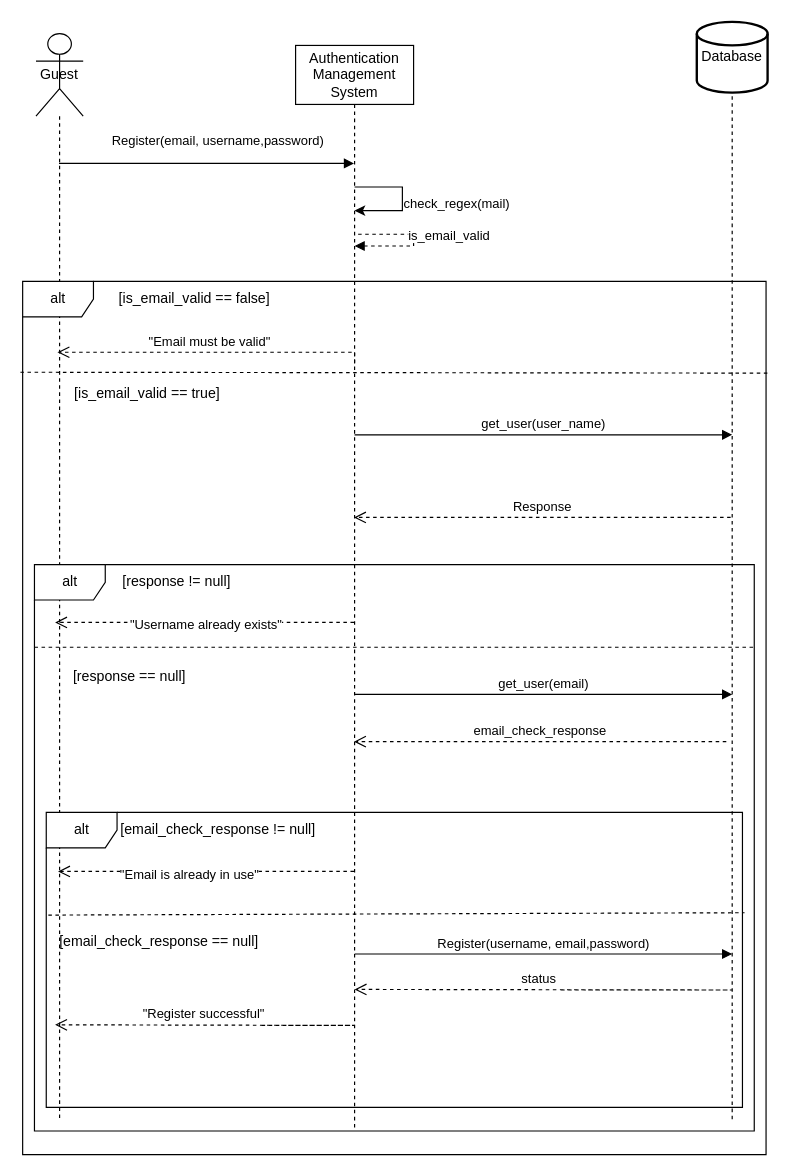
Above: page "Register" (3 of 3) of resources/diagrams/sequence/authentication_sequence.drawio in bounswe/bounswe2023group4 (draw.io), before the change. Source tidied: cells renumbered, new cells numbered last; positions are measured from the earlier drawing's top-left corner, leaving out a move shared by most shapes. Both pictures are drawn from the tidied source at 118%, with x=0, y=0 at pixel (22, 21).
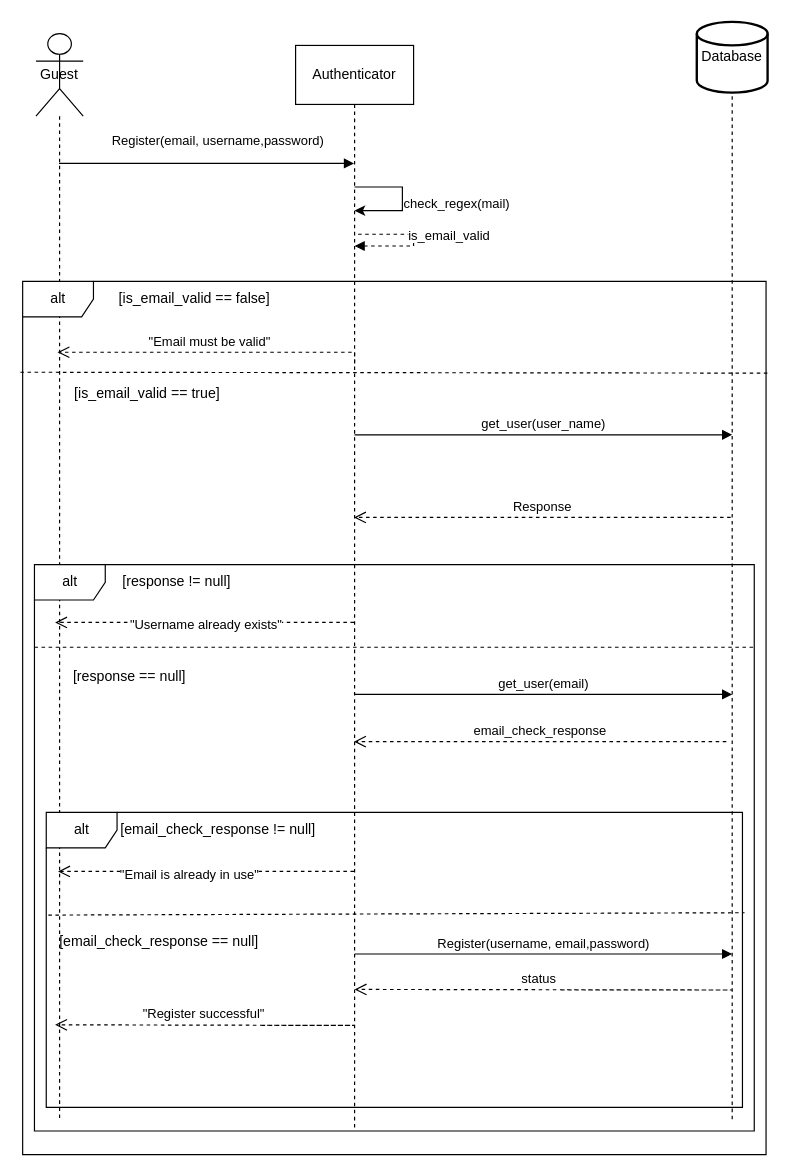
The same page after the edit.

What changed in the source:
```diff
@@
-    <mxCell id="3" value="Authentication Management System" style="shape=umlLifeline;perimeter=lifelinePerimeter;whiteSpace=wrap;html=1;outlineConnect=0;portConstraint=eastwest;newEdgeStyle={&quot;edgeStyle&quot;:&quot;elbowEdgeStyle&quot;,&quot;elbow&quot;:&quot;vertical&quot;,&quot;curved&quot;:0,&quot;rounded&quot;:0};size=50;" parent="1" vertex="1">
+    <mxCell id="3" value="Authenticator" style="shape=umlLifeline;perimeter=lifelinePerimeter;whiteSpace=wrap;html=1;outlineConnect=0;portConstraint=eastwest;newEdgeStyle={&quot;edgeStyle&quot;:&quot;elbowEdgeStyle&quot;,&quot;elbow&quot;:&quot;vertical&quot;,&quot;curved&quot;:0,&quot;rounded&quot;:0};size=50;" parent="1" vertex="1">
       <mxGeometry x="231" y="20" width="100" height="920" as="geometry" />
     </mxCell>
```
